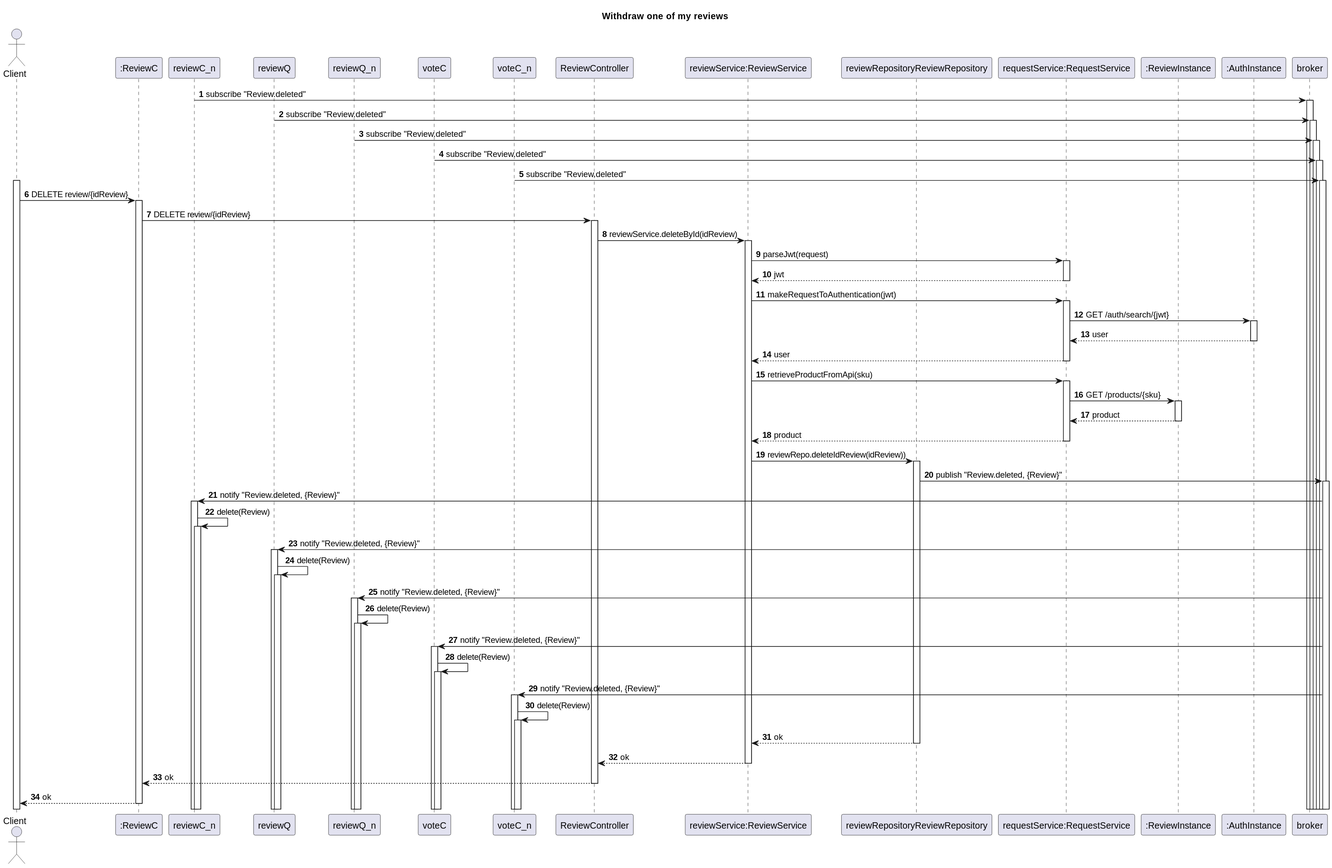
The PlantUML diagram Docs/US07-SD.svg in TiagoNora/SIDIS-Docs, before a commit.
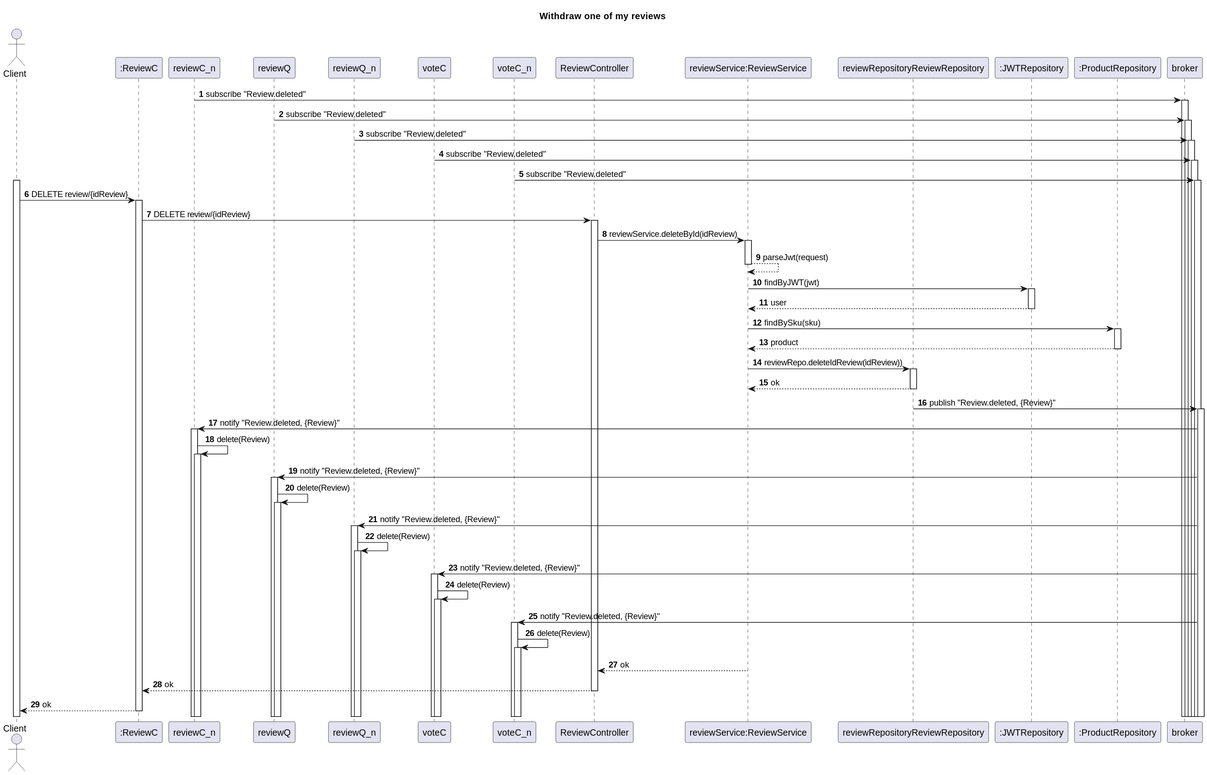
The same file after the commit.

What changed in the source:
```diff
@@ -27,9 +27,8 @@
 participant "ReviewController" as Ctrl
 participant "reviewService:ReviewService" as service
 participant "reviewRepositoryReviewRepository" as repo
-participant "requestService:RequestService" as request
-participant ":ReviewInstance" as instance
-participant ":AuthInstance" as instanceAuth
+participant ":JWTRepository" as jwtRepository
+participant ":ProductRepository" as productRepository
 
 participant ":MessageBroker" as broker
 
@@ -41,18 +40,14 @@
 reviewC -> Ctrl: DELETE review/{idReview}
 Ctrl -> service : reviewService.deleteById(idReview)
 
-service -> request : parseJwt(request)
-request --> service: jwt
-service -> request: makeRequestToAuthentication(jwt)
-request -> instanceAuth: GET /auth/search/{jwt}
-instanceAuth --> request: user
-request --> service: user
+service --> service : parseJwt(request)
+service -> jwtRepository: findByJWT(jwt)
+jwtRepository --> service: user
 
-service -> request:retrieveProductFromApi(sku)
-request -> instance: GET /products/{sku}
-instance --> request: product
-request --> service: product
+service -> productRepository :findBySku(sku)
+productRepository --> service: product
 service -> repo: reviewRepo.deleteIdReview(idReview))
+repo --> service: ok
 repo -> broker: publish "Review.deleted, {Review}"
 
 reviewC_n <- broker: notify "Review.deleted, {Review}"
@@ -66,7 +61,7 @@
 voteC_n <- broker: notify "Review.deleted, {Review}"
 voteC_n -> voteC_n: delete(Review)
 
-repo --> service: ok
+
 service --> Ctrl: ok
 Ctrl --> reviewC: ok
 reviewC --> User: ok
```
